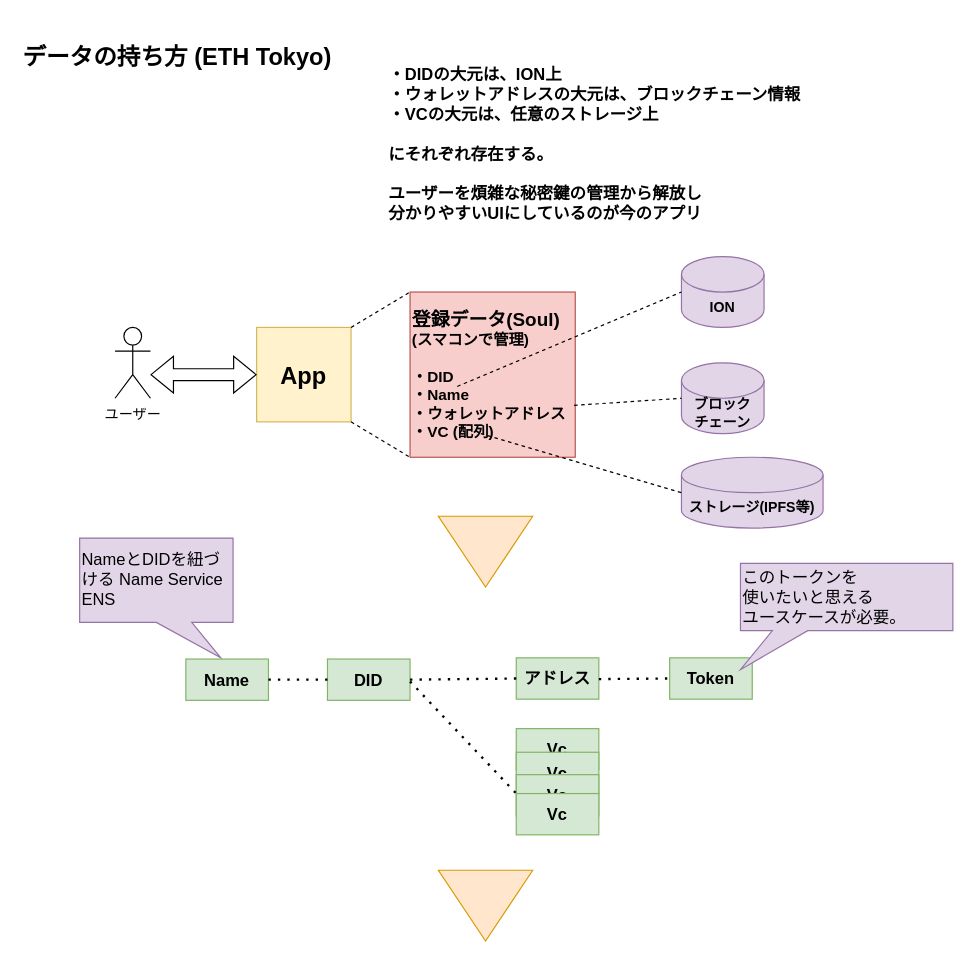
Above: page "データの持ち方(ETHTokyo版)" (5 of 8) of assets/Web3Wallet.drawio in mashharuki/Web3Wallet (draw.io), before the change. Source tidied: cells renumbered, new cells numbered last; positions are measured from the earlier drawing's top-left corner, leaving out a move shared by most shapes. Both pictures are drawn from the tidied source at 118%, with x=0, y=0 at pixel (20, 20).
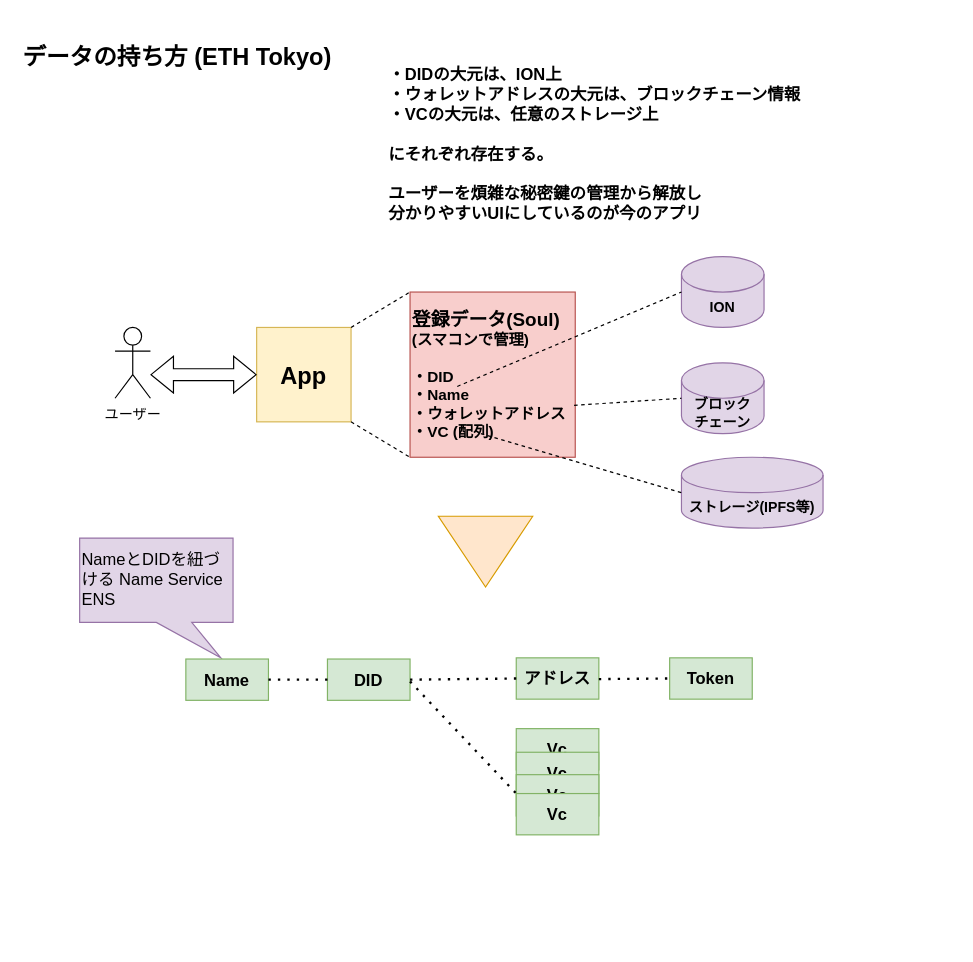
After the change.

Change to the diagram source:
```diff
@@
-    <mxCell id="30" value="このトークンを&lt;br&gt;使いたいと思える&lt;br&gt;ユースケースが必要。" style="shape=callout;whiteSpace=wrap;html=1;perimeter=calloutPerimeter;fontSize=14;fillColor=#e1d5e7;strokeColor=#9673a6;position2=0;base=30;align=left;size=33;position=0.15;" parent="1" vertex="1">
-      <mxGeometry x="610" y="460" width="180" height="90" as="geometry" />
-    </mxCell>
-    <mxCell id="31" style="triangle;whiteSpace=wrap;html=1;direction=south;fillColor=#ffe6cc;strokeColor=#d79b00;" parent="1" vertex="1">
-      <mxGeometry x="354" y="720" width="80" height="60" as="geometry" />
-    </mxCell>
```
